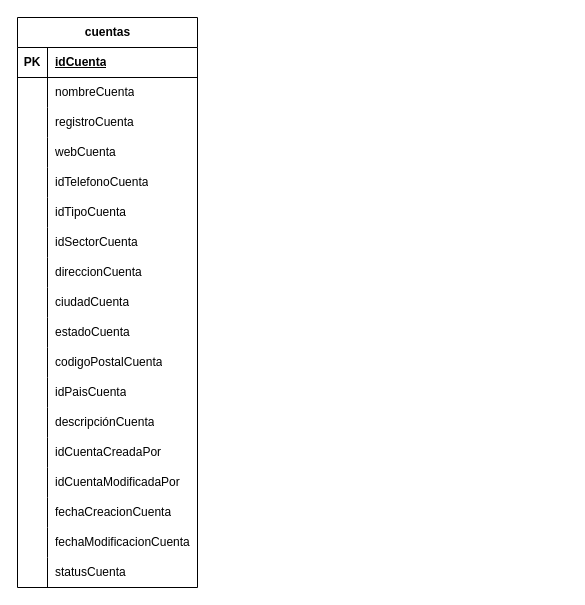
This is bd people.drawio from ocpdata/BDPeople, a draw.io file, before an edit. Source tidied: cells renumbered, new cells numbered last; positions are measured from the earlier drawing's top-left corner, leaving out a move shared by most shapes. Both pictures are drawn from the tidied source at 100%, with x=0, y=0 at pixel (17, 17).
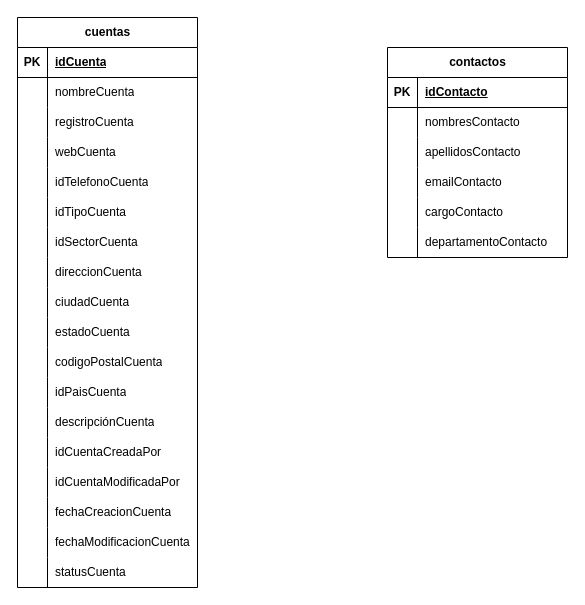
The same page after the edit.

What changed in the source:
```diff
@@
+    <mxCell id="57" value="contactos" style="shape=table;startSize=30;childLayout=tableLayout;rowLines=0;fontStyle=1;align=center;html=1;" parent="1" vertex="1">
+      <mxGeometry x="370" y="30" width="180" height="210" as="geometry" />
+    </mxCell>
+    <mxCell id="58" style="shape=tableRow;horizontal=0;startSize=0;swimlaneHead=0;swimlaneBody=0;fillColor=none;top=0;left=0;right=0;bottom=1;" parent="57" vertex="1">
+      <mxGeometry y="30" width="180" height="30" as="geometry" />
+    </mxCell>
+    <mxCell id="59" value="PK" style="shape=partialRectangle;fillColor=none;top=0;left=0;bottom=0;right=0;fontStyle=1;overflow=hidden;whiteSpace=wrap;html=1;" parent="58" vertex="1">
+      <mxGeometry width="30" height="30" as="geometry" />
+    </mxCell>
+    <mxCell id="60" value="idContacto" style="shape=partialRectangle;fillColor=none;top=0;left=0;bottom=0;right=0;align=left;spacingLeft=6;fontStyle=5;overflow=hidden;whiteSpace=wrap;html=1;" parent="58" vertex="1">
+      <mxGeometry x="30" width="150" height="30" as="geometry" />
+    </mxCell>
+    <mxCell id="61" style="shape=tableRow;horizontal=0;startSize=0;swimlaneHead=0;swimlaneBody=0;fillColor=none;top=0;left=0;right=0;bottom=0;" parent="57" vertex="1">
+      <mxGeometry y="60" width="180" height="30" as="geometry" />
+    </mxCell>
+    <mxCell id="62" style="shape=partialRectangle;fillColor=none;top=0;left=0;bottom=0;right=0;overflow=hidden;whiteSpace=wrap;html=1;" parent="61" vertex="1">
+      <mxGeometry width="30" height="30" as="geometry" />
+    </mxCell>
+    <mxCell id="63" value="nombresContacto" style="shape=partialRectangle;fillColor=none;top=0;left=0;bottom=0;right=0;align=left;spacingLeft=6;overflow=hidden;whiteSpace=wrap;html=1;" parent="61" vertex="1">
+      <mxGeometry x="30" width="150" height="30" as="geometry" />
+    </mxCell>
+    <mxCell id="64" style="shape=tableRow;horizontal=0;startSize=0;swimlaneHead=0;swimlaneBody=0;fillColor=none;top=0;left=0;right=0;bottom=0;" parent="57" vertex="1">
+      <mxGeometry y="90" width="180" height="30" as="geometry" />
+    </mxCell>
+    <mxCell id="65" style="shape=partialRectangle;fillColor=none;top=0;left=0;bottom=0;right=0;overflow=hidden;whiteSpace=wrap;html=1;" parent="64" vertex="1">
+      <mxGeometry width="30" height="30" as="geometry" />
+    </mxCell>
+    <mxCell id="66" value="apellidosContacto" style="shape=partialRectangle;fillColor=none;top=0;left=0;bottom=0;right=0;align=left;spacingLeft=6;overflow=hidden;whiteSpace=wrap;html=1;" parent="64" vertex="1">
+      <mxGeometry x="30" width="150" height="30" as="geometry" />
+    </mxCell>
+    <mxCell id="67" style="shape=tableRow;horizontal=0;startSize=0;swimlaneHead=0;swimlaneBody=0;fillColor=none;top=0;left=0;right=0;bottom=0;" parent="57" vertex="1">
+      <mxGeometry y="120" width="180" height="30" as="geometry" />
+    </mxCell>
+    <mxCell id="68" style="shape=partialRectangle;fillColor=none;top=0;left=0;bottom=0;right=0;overflow=hidden;whiteSpace=wrap;html=1;" parent="67" vertex="1">
+      <mxGeometry width="30" height="30" as="geometry" />
+    </mxCell>
+    <mxCell id="69" value="emailContacto" style="shape=partialRectangle;fillColor=none;top=0;left=0;bottom=0;right=0;align=left;spacingLeft=6;overflow=hidden;whiteSpace=wrap;html=1;" parent="67" vertex="1">
+      <mxGeometry x="30" width="150" height="30" as="geometry" />
+    </mxCell>
+    <mxCell id="70" style="shape=tableRow;horizontal=0;startSize=0;swimlaneHead=0;swimlaneBody=0;fillColor=none;top=0;left=0;right=0;bottom=0;" parent="57" vertex="1">
+      <mxGeometry y="150" width="180" height="30" as="geometry" />
+    </mxCell>
+    <mxCell id="71" style="shape=partialRectangle;fillColor=none;top=0;left=0;bottom=0;right=0;overflow=hidden;whiteSpace=wrap;html=1;" parent="70" vertex="1">
+      <mxGeometry width="30" height="30" as="geometry" />
+    </mxCell>
+    <mxCell id="72" value="cargoContacto" style="shape=partialRectangle;fillColor=none;top=0;left=0;bottom=0;right=0;align=left;spacingLeft=6;overflow=hidden;whiteSpace=wrap;html=1;" parent="70" vertex="1">
+      <mxGeometry x="30" width="150" height="30" as="geometry" />
+    </mxCell>
+    <mxCell id="73" style="shape=tableRow;horizontal=0;startSize=0;swimlaneHead=0;swimlaneBody=0;fillColor=none;top=0;left=0;right=0;bottom=0;" parent="57" vertex="1">
+      <mxGeometry y="180" width="180" height="30" as="geometry" />
+    </mxCell>
+    <mxCell id="74" style="shape=partialRectangle;fillColor=none;top=0;left=0;bottom=0;right=0;overflow=hidden;whiteSpace=wrap;html=1;" parent="73" vertex="1">
+      <mxGeometry width="30" height="30" as="geometry" />
+    </mxCell>
+    <mxCell id="75" value="departamentoContacto" style="shape=partialRectangle;fillColor=none;top=0;left=0;bottom=0;right=0;align=left;spacingLeft=6;overflow=hidden;whiteSpace=wrap;html=1;" parent="73" vertex="1">
+      <mxGeometry x="30" width="150" height="30" as="geometry" />
+    </mxCell>
```
